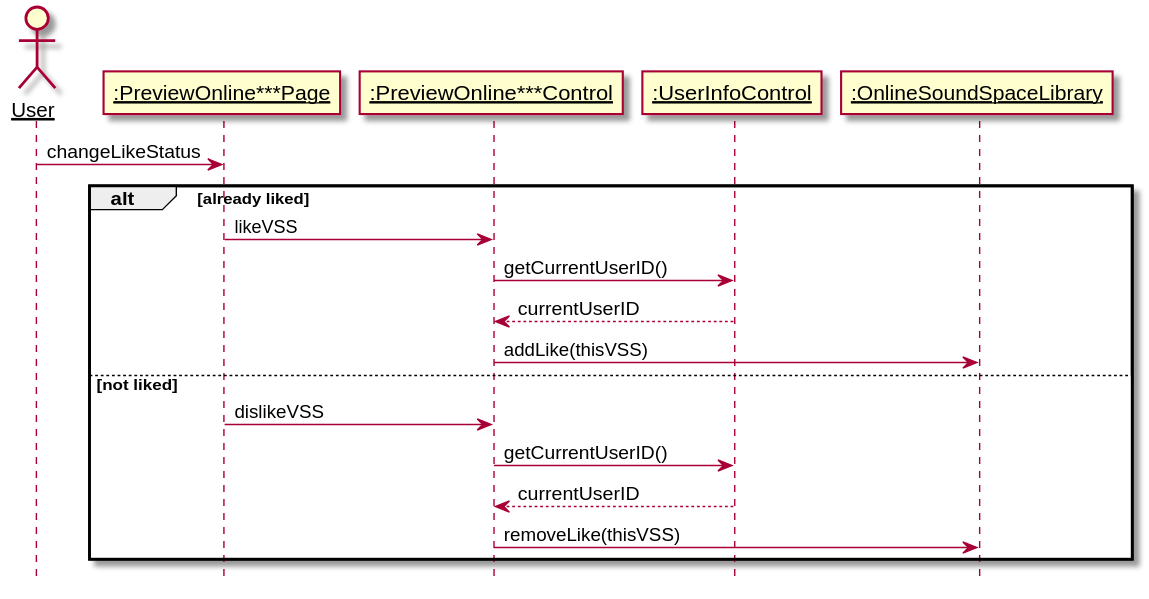
Above: 需求定义和分析/Diagrams/LikeVSS.svg in kpp19920121/doc (PlantUML), before the change.
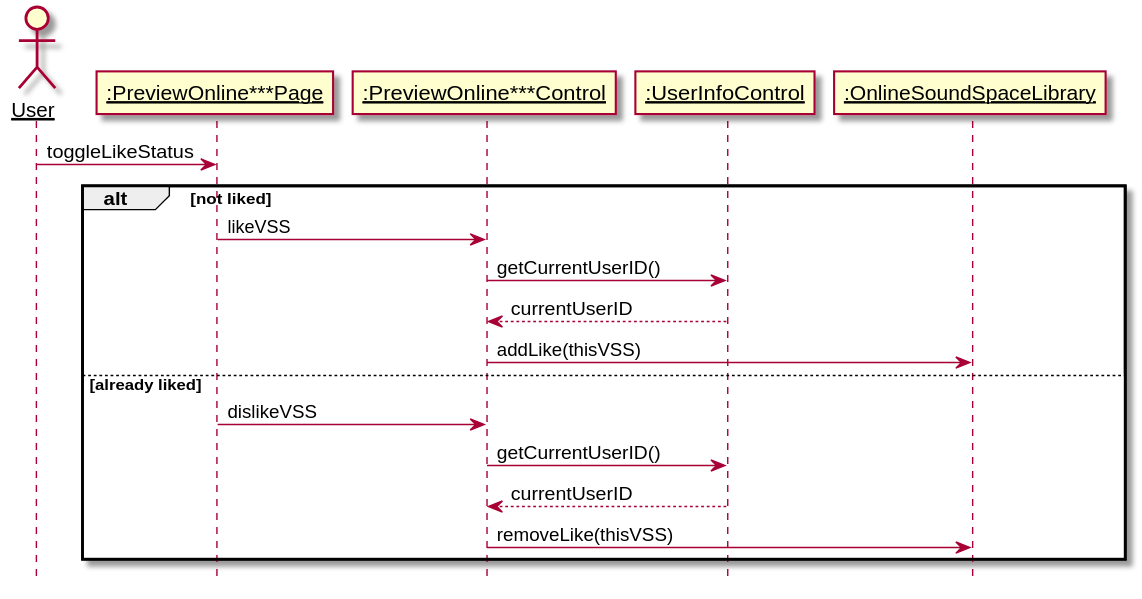
The same file after the commit.

Diff of the diagram source:
```diff
@@ -7,13 +7,13 @@
 participant ":UserInfoControl" as info
 participant ":OnlineSoundSpaceLibrary" as library
 
-user -> page: changeLikeStatus
-alt already liked
+user -> page: toggleLikeStatus
+alt not liked
     page -> control: likeVSS
     control -> info: getCurrentUserID()
     info --> control: currentUserID
     control -> library: addLike(thisVSS)
-else not liked
+else already liked
     page -> control: dislikeVSS
     control -> info: getCurrentUserID()
     info --> control: currentUserID
```
